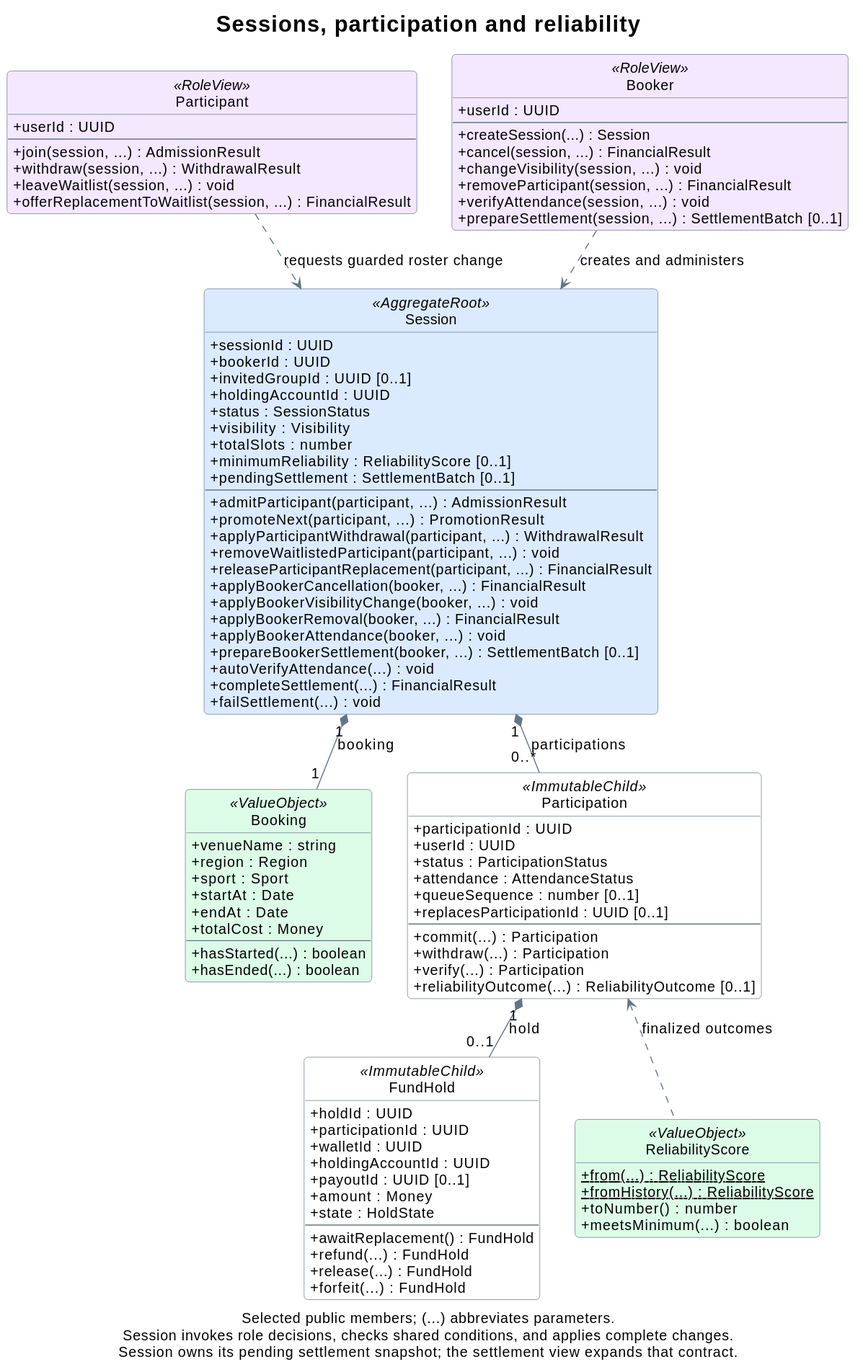
This is docs/assets/domain-sessions.svg from rbrishi15/booking-web-manager, a PlantUML export, as it was before one commit. Source of this version:
```plantuml
@startuml
title Sessions, participation and reliability

top to bottom direction
hide empty members
hide circle
skinparam backgroundColor #FFFFFF
skinparam shadowing false
skinparam roundcorner 8
skinparam defaultFontName SansSerif
skinparam defaultFontSize 14
skinparam titleFontSize 22
skinparam ArrowColor #64748B
skinparam classBorderColor #64748B
skinparam classBackgroundColor #FFFFFF
skinparam classBackgroundColor<<AggregateRoot>> #DBEAFE
skinparam classBackgroundColor<<ValueObject>> #DCFCE7
skinparam classBackgroundColor<<RoleView>> #F3E8FF
skinparam classAttributeIconSize 0
skinparam linetype polyline
skinparam nodesep 35
skinparam ranksep 40

class Session <<AggregateRoot>> {
  +sessionId : UUID
  +bookerId : UUID
  +invitedGroupId : UUID [0..1]
  +holdingAccountId : UUID
  +status : SessionStatus
  +visibility : Visibility
  +totalSlots : number
  +minimumReliability : ReliabilityScore [0..1]
  +pendingSettlement : SettlementBatch [0..1]
  --
  +admitParticipant(participant, ...) : AdmissionResult
  +promoteNext(participant, ...) : PromotionResult
  +applyParticipantWithdrawal(participant, ...) : WithdrawalResult
  +removeWaitlistedParticipant(participant, ...) : void
  +releaseParticipantReplacement(participant, ...) : FinancialResult
  +applyBookerCancellation(booker, ...) : FinancialResult
  +applyBookerVisibilityChange(booker, ...) : void
  +applyBookerRemoval(booker, ...) : FinancialResult
  +applyBookerAttendance(booker, ...) : void
  +prepareBookerSettlement(booker, ...) : SettlementBatch [0..1]
  +autoVerifyAttendance(...) : void
  +completeSettlement(...) : FinancialResult
  +failSettlement(...) : void
}

class Participant <<RoleView>> {
  +userId : UUID
  --
  +join(session, ...) : AdmissionResult
  +withdraw(session, ...) : WithdrawalResult
  +leaveWaitlist(session, ...) : void
  +offerReplacementToWaitlist(session, ...) : FinancialResult
}

class Booker <<RoleView>> {
  +userId : UUID
  --
  +createSession(...) : Session
  +cancel(session, ...) : FinancialResult
  +changeVisibility(session, ...) : void
  +removeParticipant(session, ...) : FinancialResult
  +verifyAttendance(session, ...) : void
  +prepareSettlement(session, ...) : SettlementBatch [0..1]
}

class Booking <<ValueObject>> {
  +venueName : string
  +region : Region
  +sport : Sport
  +startAt : Date
  +endAt : Date
  +totalCost : Money
  --
  +hasStarted(...) : boolean
  +hasEnded(...) : boolean
}

class Participation <<ImmutableChild>> {
  +participationId : UUID
  +userId : UUID
  +status : ParticipationStatus
  +attendance : AttendanceStatus
  +queueSequence : number [0..1]
  +replacesParticipationId : UUID [0..1]
  --
  +commit(...) : Participation
  +withdraw(...) : Participation
  +verify(...) : Participation
  +reliabilityOutcome(...) : ReliabilityOutcome [0..1]
}

class FundHold <<ImmutableChild>> {
  +holdId : UUID
  +participationId : UUID
  +walletId : UUID
  +holdingAccountId : UUID
  +payoutId : UUID [0..1]
  +amount : Money
  +state : HoldState
  --
  +awaitReplacement() : FundHold
  +refund(...) : FundHold
  +release(...) : FundHold
  +forfeit(...) : FundHold
}

class ReliabilityScore <<ValueObject>> {
  {static} +from(...) : ReliabilityScore
  {static} +fromHistory(...) : ReliabilityScore
  +toNumber() : number
  +meetsMinimum(...) : boolean
}

Session "1" *-down- "1" Booking : booking
Participant .down.> Session : requests guarded roster change
Booker .down.> Session : creates and administers
Session "1" *-down- "0..*" Participation : participations
Participation "1" *-down- "0..1" FundHold : hold
ReliabilityScore .up.> Participation : finalized outcomes
Booking -[hidden]right- Participation
FundHold -[hidden]right- ReliabilityScore

caption Selected public members; (...) abbreviates parameters.\nSession invokes role decisions, checks shared conditions, and applies complete changes.\nSession owns its pending settlement snapshot; the settlement view expands that contract.
@enduml
```
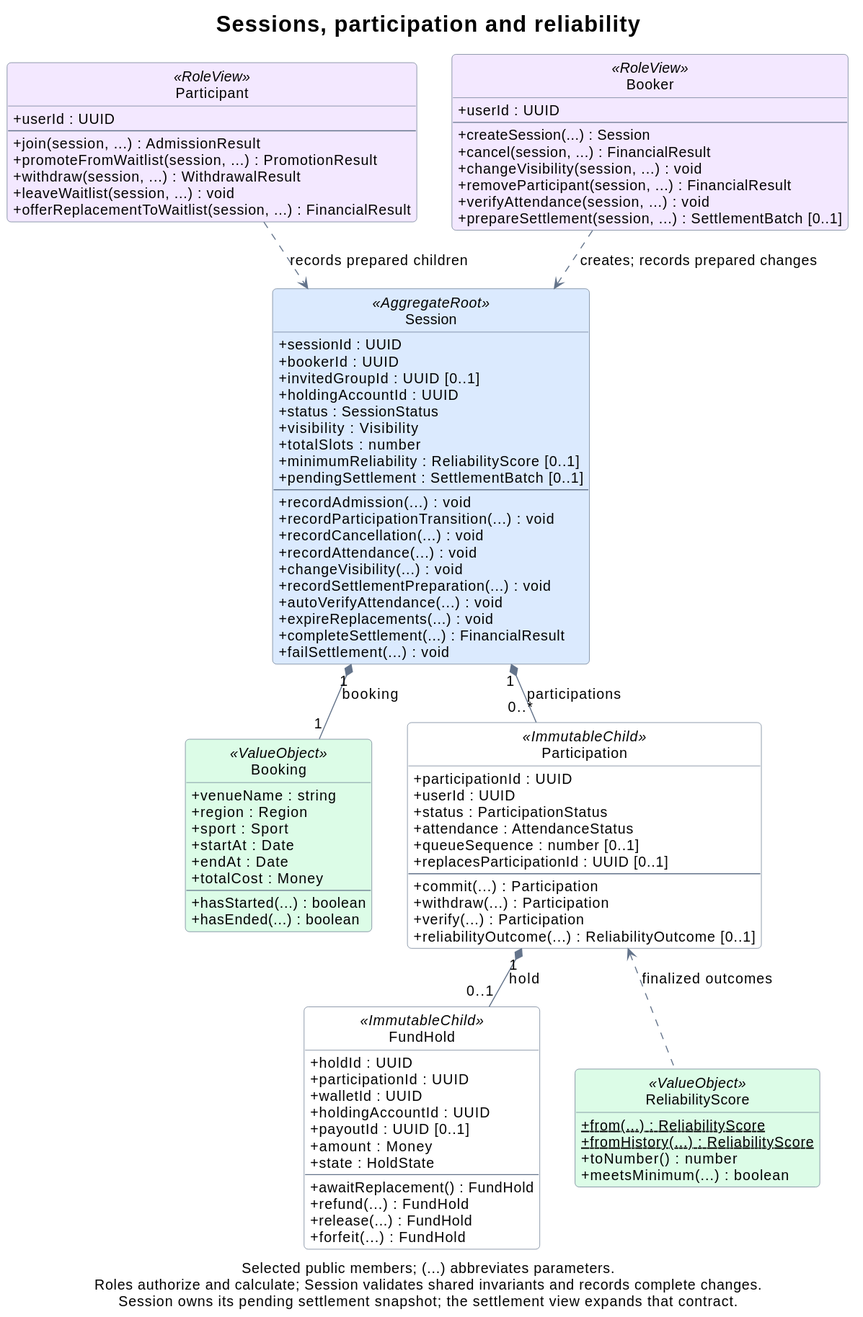
Later version of the same file.

The edit, as a diff of the source:
```diff
@@ -32,17 +32,14 @@
   +minimumReliability : ReliabilityScore [0..1]
   +pendingSettlement : SettlementBatch [0..1]
   --
-  +admitParticipant(participant, ...) : AdmissionResult
-  +promoteNext(participant, ...) : PromotionResult
-  +applyParticipantWithdrawal(participant, ...) : WithdrawalResult
-  +removeWaitlistedParticipant(participant, ...) : void
-  +releaseParticipantReplacement(participant, ...) : FinancialResult
-  +applyBookerCancellation(booker, ...) : FinancialResult
-  +applyBookerVisibilityChange(booker, ...) : void
-  +applyBookerRemoval(booker, ...) : FinancialResult
-  +applyBookerAttendance(booker, ...) : void
-  +prepareBookerSettlement(booker, ...) : SettlementBatch [0..1]
+  +recordAdmission(...) : void
+  +recordParticipationTransition(...) : void
+  +recordCancellation(...) : void
+  +recordAttendance(...) : void
+  +changeVisibility(...) : void
+  +recordSettlementPreparation(...) : void
   +autoVerifyAttendance(...) : void
+  +expireReplacements(...) : void
   +completeSettlement(...) : FinancialResult
   +failSettlement(...) : void
 }
@@ -51,6 +48,7 @@
   +userId : UUID
   --
   +join(session, ...) : AdmissionResult
+  +promoteFromWaitlist(session, ...) : PromotionResult
   +withdraw(session, ...) : WithdrawalResult
   +leaveWaitlist(session, ...) : void
   +offerReplacementToWaitlist(session, ...) : FinancialResult
@@ -116,13 +114,13 @@
 }
 
 Session "1" *-down- "1" Booking : booking
-Participant .down.> Session : requests guarded roster change
-Booker .down.> Session : creates and administers
+Participant .down.> Session : records prepared children
+Booker .down.> Session : creates; records prepared changes
 Session "1" *-down- "0..*" Participation : participations
 Participation "1" *-down- "0..1" FundHold : hold
 ReliabilityScore .up.> Participation : finalized outcomes
 Booking -[hidden]right- Participation
 FundHold -[hidden]right- ReliabilityScore
 
-caption Selected public members; (...) abbreviates parameters.\nSession invokes role decisions, checks shared conditions, and applies complete changes.\nSession owns its pending settlement snapshot; the settlement view expands that contract.
+caption Selected public members; (...) abbreviates parameters.\nRoles authorize and calculate; Session validates shared invariants and records complete changes.\nSession owns its pending settlement snapshot; the settlement view expands that contract.
 @enduml
```
